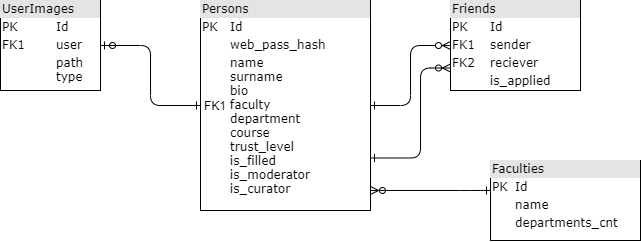
The draw.io diagram курсовая трпс/схемы/бд.drawio.png in Trickster2038/BmstuDocs5, before a commit. Source tidied: cells renumbered, new cells last; positions are measured from the earlier drawing's top-left corner, leaving out a move shared by most shapes. Source of this version:
```xml
<mxGraphModel>
  <root>
    <mxCell id="0" />
    <mxCell id="1" parent="0" />
    <mxCell id="2" value="&lt;div style=&quot;box-sizing: border-box ; width: 100% ; background: #e4e4e4 ; padding: 2px&quot;&gt;Persons&lt;/div&gt;&lt;table style=&quot;width: 100% ; font-size: 1em&quot; cellpadding=&quot;2&quot; cellspacing=&quot;0&quot;&gt;&lt;tbody&gt;&lt;tr&gt;&lt;td&gt;PK&lt;/td&gt;&lt;td&gt;Id&lt;/td&gt;&lt;/tr&gt;&lt;tr&gt;&lt;td&gt;&lt;br&gt;&lt;/td&gt;&lt;td&gt;web_pass_hash&lt;/td&gt;&lt;/tr&gt;&lt;tr&gt;&lt;td&gt;&lt;/td&gt;&lt;td&gt;name&lt;br&gt;surname&lt;br&gt;bio&lt;br&gt;faculty&lt;br&gt;department&lt;br&gt;course&lt;br&gt;trust_level&lt;br&gt;is_filled&lt;br&gt;is_moderator&lt;br&gt;is_curator&lt;br&gt;&lt;br&gt;&lt;br&gt;&lt;/td&gt;&lt;/tr&gt;&lt;/tbody&gt;&lt;/table&gt;" style="verticalAlign=top;align=left;overflow=fill;html=1;rounded=0;shadow=0;comic=0;labelBackgroundColor=none;strokeWidth=1;fontFamily=Verdana;fontSize=12;" parent="1" vertex="1">
      <mxGeometry x="200" width="170" height="210" as="geometry" />
    </mxCell>
    <mxCell id="3" style="edgeStyle=orthogonalEdgeStyle;rounded=1;jettySize=auto;html=1;exitX=0;exitY=0.5;exitDx=0;exitDy=0;endArrow=ERone;endFill=0;startArrow=ERzeroToMany;startFill=1;" parent="1" edge="1" source="5" target="2">
      <mxGeometry relative="1" as="geometry" />
    </mxCell>
    <mxCell id="4" style="edgeStyle=orthogonalEdgeStyle;rounded=1;jettySize=auto;html=1;entryX=0;entryY=0.75;entryDx=0;entryDy=0;startArrow=ERone;startFill=0;endArrow=ERzeroToMany;endFill=0;exitX=1;exitY=0.75;exitDx=0;exitDy=0;" parent="1" edge="1" source="2" target="5">
      <mxGeometry relative="1" as="geometry">
        <Array as="points">
          <mxPoint x="420" y="158" />
          <mxPoint x="420" y="68" />
        </Array>
      </mxGeometry>
    </mxCell>
    <mxCell id="5" value="&lt;div style=&quot;box-sizing: border-box ; width: 100% ; background: #e4e4e4 ; padding: 2px&quot;&gt;Friends&lt;/div&gt;&lt;table style=&quot;width: 100% ; font-size: 1em&quot; cellpadding=&quot;2&quot; cellspacing=&quot;0&quot;&gt;&lt;tbody&gt;&lt;tr&gt;&lt;td&gt;PK&lt;/td&gt;&lt;td&gt;Id&lt;/td&gt;&lt;/tr&gt;&lt;tr&gt;&lt;td&gt;FK1&lt;/td&gt;&lt;td&gt;sender&lt;/td&gt;&lt;/tr&gt;&lt;tr&gt;&lt;td&gt;FK2&lt;/td&gt;&lt;td&gt;reciever&lt;/td&gt;&lt;/tr&gt;&lt;tr&gt;&lt;td&gt;&lt;br&gt;&lt;/td&gt;&lt;td&gt;is_applied&lt;br&gt;&lt;/td&gt;&lt;/tr&gt;&lt;tr&gt;&lt;td&gt;&lt;/td&gt;&lt;td&gt;&lt;/td&gt;&lt;/tr&gt;&lt;/tbody&gt;&lt;/table&gt;" style="verticalAlign=top;align=left;overflow=fill;html=1;rounded=0;shadow=0;comic=0;labelBackgroundColor=none;strokeWidth=1;fontFamily=Verdana;fontSize=12;" parent="1" vertex="1">
      <mxGeometry x="450" width="130" height="90" as="geometry" />
    </mxCell>
    <mxCell id="6" value="&lt;div style=&quot;box-sizing: border-box ; width: 100% ; background: #e4e4e4 ; padding: 2px&quot;&gt;UserImages&lt;/div&gt;&lt;table style=&quot;width: 100% ; font-size: 1em&quot; cellpadding=&quot;2&quot; cellspacing=&quot;0&quot;&gt;&lt;tbody&gt;&lt;tr&gt;&lt;td&gt;PK&lt;/td&gt;&lt;td&gt;Id&lt;/td&gt;&lt;/tr&gt;&lt;tr&gt;&lt;td&gt;FK1&lt;span style=&quot;white-space: pre&quot;&gt;&#9;&lt;/span&gt;&lt;/td&gt;&lt;td&gt;user&lt;/td&gt;&lt;/tr&gt;&lt;tr&gt;&lt;td&gt;&lt;br&gt;&lt;/td&gt;&lt;td&gt;path&lt;br&gt;type&lt;/td&gt;&lt;/tr&gt;&lt;/tbody&gt;&lt;/table&gt;" style="verticalAlign=top;align=left;overflow=fill;html=1;rounded=0;shadow=0;comic=0;labelBackgroundColor=none;strokeWidth=1;fontFamily=Verdana;fontSize=12;" parent="1" vertex="1">
      <mxGeometry width="100" height="90" as="geometry" />
    </mxCell>
    <mxCell id="7" style="edgeStyle=orthogonalEdgeStyle;rounded=1;jettySize=auto;html=1;startArrow=ERzeroToOne;startFill=0;endArrow=ERone;endFill=0;exitX=1;exitY=0.5;exitDx=0;exitDy=0;" parent="1" edge="1" source="6" target="2">
      <mxGeometry relative="1" as="geometry" />
    </mxCell>
    <mxCell id="8" value="&lt;div style=&quot;box-sizing: border-box ; width: 100% ; background: #e4e4e4 ; padding: 2px&quot;&gt;Faculties&lt;/div&gt;&lt;table style=&quot;width: 100% ; font-size: 1em&quot; cellpadding=&quot;2&quot; cellspacing=&quot;0&quot;&gt;&lt;tbody&gt;&lt;tr&gt;&lt;td&gt;PK&lt;/td&gt;&lt;td&gt;Id&lt;/td&gt;&lt;/tr&gt;&lt;tr&gt;&lt;td&gt;&lt;br&gt;&lt;/td&gt;&lt;td&gt;name&lt;/td&gt;&lt;/tr&gt;&lt;tr&gt;&lt;td&gt;&lt;/td&gt;&lt;td&gt;departments_cnt&lt;br&gt;&lt;br&gt;&lt;br&gt;&lt;/td&gt;&lt;/tr&gt;&lt;/tbody&gt;&lt;/table&gt;" style="verticalAlign=top;align=left;overflow=fill;html=1;rounded=0;shadow=0;comic=0;labelBackgroundColor=none;strokeWidth=1;fontFamily=Verdana;fontSize=12;" parent="1" vertex="1">
      <mxGeometry x="490" y="160" width="150" height="80" as="geometry" />
    </mxCell>
    <mxCell id="9" value="FK1" style="text;html=1;strokeColor=none;fillColor=none;align=center;verticalAlign=middle;whiteSpace=wrap;rounded=0;" parent="1" vertex="1">
      <mxGeometry x="200" y="90" width="30" height="30" as="geometry" />
    </mxCell>
    <mxCell id="10" style="edgeStyle=orthogonalEdgeStyle;rounded=1;jettySize=auto;html=1;startArrow=ERone;startFill=0;endArrow=ERzeroToMany;endFill=0;" parent="1" edge="1" source="8" target="2">
      <mxGeometry relative="1" as="geometry">
        <Array as="points">
          <mxPoint x="470" y="190" />
          <mxPoint x="470" y="190" />
        </Array>
      </mxGeometry>
    </mxCell>
  </root>
</mxGraphModel>
```
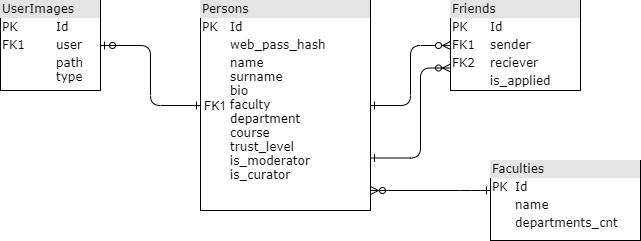
After the commit.

The edit, as a diff of the source:
```diff
@@ -2,42 +2,42 @@
   <root>
     <mxCell id="0" />
     <mxCell id="1" parent="0" />
-    <mxCell id="2" value="&lt;div style=&quot;box-sizing: border-box ; width: 100% ; background: #e4e4e4 ; padding: 2px&quot;&gt;Persons&lt;/div&gt;&lt;table style=&quot;width: 100% ; font-size: 1em&quot; cellpadding=&quot;2&quot; cellspacing=&quot;0&quot;&gt;&lt;tbody&gt;&lt;tr&gt;&lt;td&gt;PK&lt;/td&gt;&lt;td&gt;Id&lt;/td&gt;&lt;/tr&gt;&lt;tr&gt;&lt;td&gt;&lt;br&gt;&lt;/td&gt;&lt;td&gt;web_pass_hash&lt;/td&gt;&lt;/tr&gt;&lt;tr&gt;&lt;td&gt;&lt;/td&gt;&lt;td&gt;name&lt;br&gt;surname&lt;br&gt;bio&lt;br&gt;faculty&lt;br&gt;department&lt;br&gt;course&lt;br&gt;trust_level&lt;br&gt;is_filled&lt;br&gt;is_moderator&lt;br&gt;is_curator&lt;br&gt;&lt;br&gt;&lt;br&gt;&lt;/td&gt;&lt;/tr&gt;&lt;/tbody&gt;&lt;/table&gt;" style="verticalAlign=top;align=left;overflow=fill;html=1;rounded=0;shadow=0;comic=0;labelBackgroundColor=none;strokeWidth=1;fontFamily=Verdana;fontSize=12;" parent="1" vertex="1">
-      <mxGeometry x="200" width="170" height="210" as="geometry" />
-    </mxCell>
-    <mxCell id="3" style="edgeStyle=orthogonalEdgeStyle;rounded=1;jettySize=auto;html=1;exitX=0;exitY=0.5;exitDx=0;exitDy=0;endArrow=ERone;endFill=0;startArrow=ERzeroToMany;startFill=1;" parent="1" edge="1" source="5" target="2">
-      <mxGeometry relative="1" as="geometry" />
-    </mxCell>
-    <mxCell id="4" style="edgeStyle=orthogonalEdgeStyle;rounded=1;jettySize=auto;html=1;entryX=0;entryY=0.75;entryDx=0;entryDy=0;startArrow=ERone;startFill=0;endArrow=ERzeroToMany;endFill=0;exitX=1;exitY=0.75;exitDx=0;exitDy=0;" parent="1" edge="1" source="2" target="5">
-      <mxGeometry relative="1" as="geometry">
-        <Array as="points">
-          <mxPoint x="420" y="158" />
-          <mxPoint x="420" y="68" />
-        </Array>
-      </mxGeometry>
-    </mxCell>
+    <mxCell id="11" value="&lt;div style=&quot;box-sizing: border-box ; width: 100% ; background: #e4e4e4 ; padding: 2px&quot;&gt;Persons&lt;/div&gt;&lt;table style=&quot;width: 100% ; font-size: 1em&quot; cellpadding=&quot;2&quot; cellspacing=&quot;0&quot;&gt;&lt;tbody&gt;&lt;tr&gt;&lt;td&gt;PK&lt;/td&gt;&lt;td&gt;Id&lt;/td&gt;&lt;/tr&gt;&lt;tr&gt;&lt;td&gt;&lt;br&gt;&lt;/td&gt;&lt;td&gt;web_pass_hash&lt;/td&gt;&lt;/tr&gt;&lt;tr&gt;&lt;td&gt;&lt;/td&gt;&lt;td&gt;name&lt;br&gt;surname&lt;br&gt;bio&lt;br&gt;faculty&lt;br&gt;department&lt;br&gt;course&lt;br&gt;trust_level&lt;br&gt;is_moderator&lt;br&gt;is_curator&lt;br&gt;&lt;br&gt;&lt;br&gt;&lt;/td&gt;&lt;/tr&gt;&lt;/tbody&gt;&lt;/table&gt;" style="verticalAlign=top;align=left;overflow=fill;html=1;rounded=0;shadow=0;comic=0;labelBackgroundColor=none;strokeWidth=1;fontFamily=Verdana;fontSize=12;" parent="1" vertex="1">
+      <mxGeometry x="200" width="170" height="210" as="geometry" />
+    </mxCell>
+    <mxCell id="12" style="edgeStyle=orthogonalEdgeStyle;rounded=1;jettySize=auto;html=1;exitX=0;exitY=0.5;exitDx=0;exitDy=0;endArrow=ERone;endFill=0;startArrow=ERzeroToMany;startFill=1;" parent="1" edge="1" source="5" target="11">
+      <mxGeometry relative="1" as="geometry" />
+    </mxCell>
+    <mxCell id="13" style="edgeStyle=orthogonalEdgeStyle;rounded=1;jettySize=auto;html=1;entryX=0;entryY=0.75;entryDx=0;entryDy=0;startArrow=ERone;startFill=0;endArrow=ERzeroToMany;endFill=0;exitX=1;exitY=0.75;exitDx=0;exitDy=0;" parent="1" edge="1" source="11" target="5">
+      <mxGeometry relative="1" as="geometry">
+        <Array as="points">
+          <mxPoint x="420" y="158" />
+          <mxPoint x="420" y="68" />
+        </Array>
+      </mxGeometry>
+    </mxCell>
     <mxCell id="5" value="&lt;div style=&quot;box-sizing: border-box ; width: 100% ; background: #e4e4e4 ; padding: 2px&quot;&gt;Friends&lt;/div&gt;&lt;table style=&quot;width: 100% ; font-size: 1em&quot; cellpadding=&quot;2&quot; cellspacing=&quot;0&quot;&gt;&lt;tbody&gt;&lt;tr&gt;&lt;td&gt;PK&lt;/td&gt;&lt;td&gt;Id&lt;/td&gt;&lt;/tr&gt;&lt;tr&gt;&lt;td&gt;FK1&lt;/td&gt;&lt;td&gt;sender&lt;/td&gt;&lt;/tr&gt;&lt;tr&gt;&lt;td&gt;FK2&lt;/td&gt;&lt;td&gt;reciever&lt;/td&gt;&lt;/tr&gt;&lt;tr&gt;&lt;td&gt;&lt;br&gt;&lt;/td&gt;&lt;td&gt;is_applied&lt;br&gt;&lt;/td&gt;&lt;/tr&gt;&lt;tr&gt;&lt;td&gt;&lt;/td&gt;&lt;td&gt;&lt;/td&gt;&lt;/tr&gt;&lt;/tbody&gt;&lt;/table&gt;" style="verticalAlign=top;align=left;overflow=fill;html=1;rounded=0;shadow=0;comic=0;labelBackgroundColor=none;strokeWidth=1;fontFamily=Verdana;fontSize=12;" parent="1" vertex="1">
       <mxGeometry x="450" width="130" height="90" as="geometry" />
     </mxCell>
     <mxCell id="6" value="&lt;div style=&quot;box-sizing: border-box ; width: 100% ; background: #e4e4e4 ; padding: 2px&quot;&gt;UserImages&lt;/div&gt;&lt;table style=&quot;width: 100% ; font-size: 1em&quot; cellpadding=&quot;2&quot; cellspacing=&quot;0&quot;&gt;&lt;tbody&gt;&lt;tr&gt;&lt;td&gt;PK&lt;/td&gt;&lt;td&gt;Id&lt;/td&gt;&lt;/tr&gt;&lt;tr&gt;&lt;td&gt;FK1&lt;span style=&quot;white-space: pre&quot;&gt;&#9;&lt;/span&gt;&lt;/td&gt;&lt;td&gt;user&lt;/td&gt;&lt;/tr&gt;&lt;tr&gt;&lt;td&gt;&lt;br&gt;&lt;/td&gt;&lt;td&gt;path&lt;br&gt;type&lt;/td&gt;&lt;/tr&gt;&lt;/tbody&gt;&lt;/table&gt;" style="verticalAlign=top;align=left;overflow=fill;html=1;rounded=0;shadow=0;comic=0;labelBackgroundColor=none;strokeWidth=1;fontFamily=Verdana;fontSize=12;" parent="1" vertex="1">
       <mxGeometry width="100" height="90" as="geometry" />
     </mxCell>
-    <mxCell id="7" style="edgeStyle=orthogonalEdgeStyle;rounded=1;jettySize=auto;html=1;startArrow=ERzeroToOne;startFill=0;endArrow=ERone;endFill=0;exitX=1;exitY=0.5;exitDx=0;exitDy=0;" parent="1" edge="1" source="6" target="2">
-      <mxGeometry relative="1" as="geometry" />
-    </mxCell>
+    <mxCell id="14" style="edgeStyle=orthogonalEdgeStyle;rounded=1;jettySize=auto;html=1;startArrow=ERzeroToOne;startFill=0;endArrow=ERone;endFill=0;exitX=1;exitY=0.5;exitDx=0;exitDy=0;" parent="1" edge="1" source="6" target="11">
+      <mxGeometry relative="1" as="geometry" />
+    </mxCell>
     <mxCell id="8" value="&lt;div style=&quot;box-sizing: border-box ; width: 100% ; background: #e4e4e4 ; padding: 2px&quot;&gt;Faculties&lt;/div&gt;&lt;table style=&quot;width: 100% ; font-size: 1em&quot; cellpadding=&quot;2&quot; cellspacing=&quot;0&quot;&gt;&lt;tbody&gt;&lt;tr&gt;&lt;td&gt;PK&lt;/td&gt;&lt;td&gt;Id&lt;/td&gt;&lt;/tr&gt;&lt;tr&gt;&lt;td&gt;&lt;br&gt;&lt;/td&gt;&lt;td&gt;name&lt;/td&gt;&lt;/tr&gt;&lt;tr&gt;&lt;td&gt;&lt;/td&gt;&lt;td&gt;departments_cnt&lt;br&gt;&lt;br&gt;&lt;br&gt;&lt;/td&gt;&lt;/tr&gt;&lt;/tbody&gt;&lt;/table&gt;" style="verticalAlign=top;align=left;overflow=fill;html=1;rounded=0;shadow=0;comic=0;labelBackgroundColor=none;strokeWidth=1;fontFamily=Verdana;fontSize=12;" parent="1" vertex="1">
       <mxGeometry x="490" y="160" width="150" height="80" as="geometry" />
     </mxCell>
     <mxCell id="9" value="FK1" style="text;html=1;strokeColor=none;fillColor=none;align=center;verticalAlign=middle;whiteSpace=wrap;rounded=0;" parent="1" vertex="1">
       <mxGeometry x="200" y="90" width="30" height="30" as="geometry" />
     </mxCell>
-    <mxCell id="10" style="edgeStyle=orthogonalEdgeStyle;rounded=1;jettySize=auto;html=1;startArrow=ERone;startFill=0;endArrow=ERzeroToMany;endFill=0;" parent="1" edge="1" source="8" target="2">
-      <mxGeometry relative="1" as="geometry">
-        <Array as="points">
-          <mxPoint x="470" y="190" />
-          <mxPoint x="470" y="190" />
-        </Array>
-      </mxGeometry>
-    </mxCell>
+    <mxCell id="15" style="edgeStyle=orthogonalEdgeStyle;rounded=1;jettySize=auto;html=1;startArrow=ERone;startFill=0;endArrow=ERzeroToMany;endFill=0;" parent="1" edge="1" source="8" target="11">
+      <mxGeometry relative="1" as="geometry">
+        <Array as="points">
+          <mxPoint x="470" y="190" />
+          <mxPoint x="470" y="190" />
+        </Array>
+      </mxGeometry>
+    </mxCell>
   </root>
 </mxGraphModel>
```
